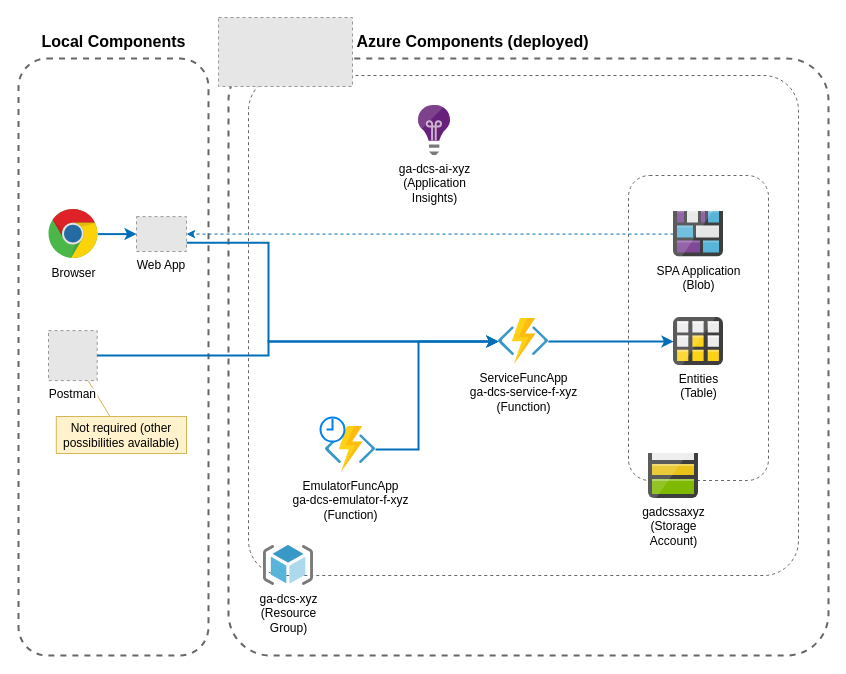
Earlier version of the draw.io diagram page "Components" (1 of 2) of Foundation/Resources/Architecture.drawio (garaio/DevCamp-AzureServerless). Source tidied: cells renumbered, new cells numbered last; positions are measured from the earlier drawing's top-left corner, leaving out a move shared by most shapes. Both pictures are drawn from the tidied source at 100%, with x=0, y=0 at pixel (18, 17). Pictures stored in the file or linked from it are replaced by grey dashed boxes.
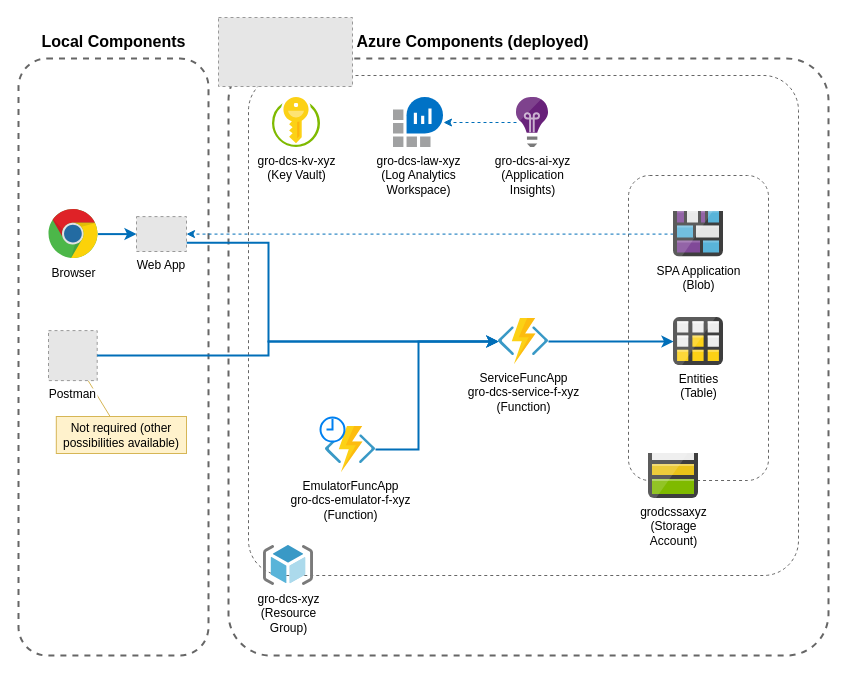
After the change.

The edit, as a diff of the source:
```diff
@@
+    <mxCell id="8" style="rounded=1;whiteSpace=wrap;html=1;fillColor=none;strokeColor=#666666;fontColor=#333333;dashed=1;labelPosition=center;verticalLabelPosition=top;align=center;verticalAlign=bottom;arcSize=7;" parent="1" vertex="1">
+      <mxGeometry x="230" y="58" width="550" height="500" as="geometry" />
+    </mxCell>
@@
-    <mxCell id="5" value="ServiceFuncApp&lt;br&gt;ga-dcs-service-f-xyz&lt;br&gt;(Function)" style="html=1;points=[];align=center;image;fontSize=12;image=img/lib/mscae/Functions.svg;" parent="1" vertex="1">
+    <mxCell id="5" value="ServiceFuncApp&lt;br&gt;gro-dcs-service-f-xyz&lt;br&gt;(Function)" style="html=1;points=[];align=center;image;fontSize=12;image=img/lib/mscae/Functions.svg;" parent="1" vertex="1">
       <mxGeometry x="480" y="301.1" width="50" height="46" as="geometry" />
     </mxCell>
@@
-    <mxCell id="7" value="gadcssaxyz&lt;br&gt;(Storage&lt;br&gt;Account)" style="html=1;align=center;image;fontSize=12;image=img/lib/mscae/Storage_Accounts.svg;" parent="1" vertex="1">
+    <mxCell id="7" value="grodcssaxyz&lt;br&gt;(Storage&lt;br&gt;Account)" style="html=1;align=center;image;fontSize=12;image=img/lib/mscae/Storage_Accounts.svg;" parent="1" vertex="1">
       <mxGeometry x="630" y="436" width="50" height="45" as="geometry" />
     </mxCell>
-    <mxCell id="8" style="rounded=1;whiteSpace=wrap;html=1;fillColor=none;strokeColor=#666666;fontColor=#333333;dashed=1;labelPosition=center;verticalLabelPosition=top;align=center;verticalAlign=bottom;arcSize=7;" parent="1" vertex="1">
-      <mxGeometry x="230" y="58" width="550" height="500" as="geometry" />
-    </mxCell>
-    <mxCell id="9" value="ga-dcs-ai-xyz&lt;br&gt;(Application&lt;br&gt;Insights)" style="html=1;points=[];align=center;image;fontSize=12;image=img/lib/mscae/Application_Insights.svg;strokeColor=#4A99C6;fillColor=#99CCFF;" parent="1" vertex="1">
-      <mxGeometry x="400" y="88" width="32" height="50" as="geometry" />
+    <mxCell id="9" value="gro-dcs-ai-xyz&lt;br&gt;(Application&lt;br&gt;Insights)" style="html=1;points=[];align=center;image;fontSize=12;image=img/lib/mscae/Application_Insights.svg;strokeColor=#4A99C6;fillColor=#99CCFF;" parent="1" vertex="1">
+      <mxGeometry x="498" y="80" width="32" height="50" as="geometry" />
     </mxCell>
@@
-    <mxCell id="16" value="EmulatorFuncApp&lt;br&gt;ga-dcs-emulator-f-xyz&lt;br&gt;(Function)" style="html=1;points=[];align=center;image;fontSize=12;image=img/lib/mscae/Functions.svg;strokeColor=#4A99C6;fillColor=#99CCFF;" parent="1" vertex="1">
+    <mxCell id="16" value="EmulatorFuncApp&lt;br&gt;gro-dcs-emulator-f-xyz&lt;br&gt;(Function)" style="html=1;points=[];align=center;image;fontSize=12;image=img/lib/mscae/Functions.svg;strokeColor=#4A99C6;fillColor=#99CCFF;" parent="1" vertex="1">
       <mxGeometry x="307" y="409.1" width="50" height="46" as="geometry" />
     </mxCell>
@@
-    <mxCell id="26" value="ga-dcs-xyz&lt;br&gt;(Resource&lt;br&gt;Group)" style="html=1;align=center;image;fontSize=12;image=img/lib/mscae/ResourceGroup.svg;" parent="1" vertex="1">
+    <mxCell id="26" value="gro-dcs-xyz&lt;br&gt;(Resource&lt;br&gt;Group)" style="html=1;align=center;image;fontSize=12;image=img/lib/mscae/ResourceGroup.svg;" parent="1" vertex="1">
       <mxGeometry x="245" y="528" width="50" height="40" as="geometry" />
     </mxCell>
@@
+    <mxCell id="28" value="gro-dcs-law-xyz&lt;br&gt;(Log Analytics&lt;br&gt;Workspace)" style="html=1;points=[];align=center;image;fontSize=12;image=img/lib/mscae/Log_Analytics_Workspaces.svg;" parent="1" vertex="1">
+      <mxGeometry x="375" y="80" width="50" height="50" as="geometry" />
+    </mxCell>
+    <mxCell id="29" value="gro-dcs-kv-xyz&lt;br&gt;(Key Vault)" style="html=1;align=center;image;fontSize=12;image=img/lib/mscae/Key_Vaults.svg;" parent="1" vertex="1">
+      <mxGeometry x="254" y="80" width="48" height="50" as="geometry" />
+    </mxCell>
+    <mxCell id="30" style="edgeStyle=orthogonalEdgeStyle;rounded=0;jettySize=auto;html=1;dashed=1;strokeColor=#006EB8;strokeWidth=1;endFill=1;" parent="1" edge="1" source="9" target="28">
+      <mxGeometry relative="1" as="geometry">
+        <Array as="points">
+          <mxPoint x="470" y="105" />
+          <mxPoint x="470" y="105" />
+        </Array>
+      </mxGeometry>
+    </mxCell>
```
